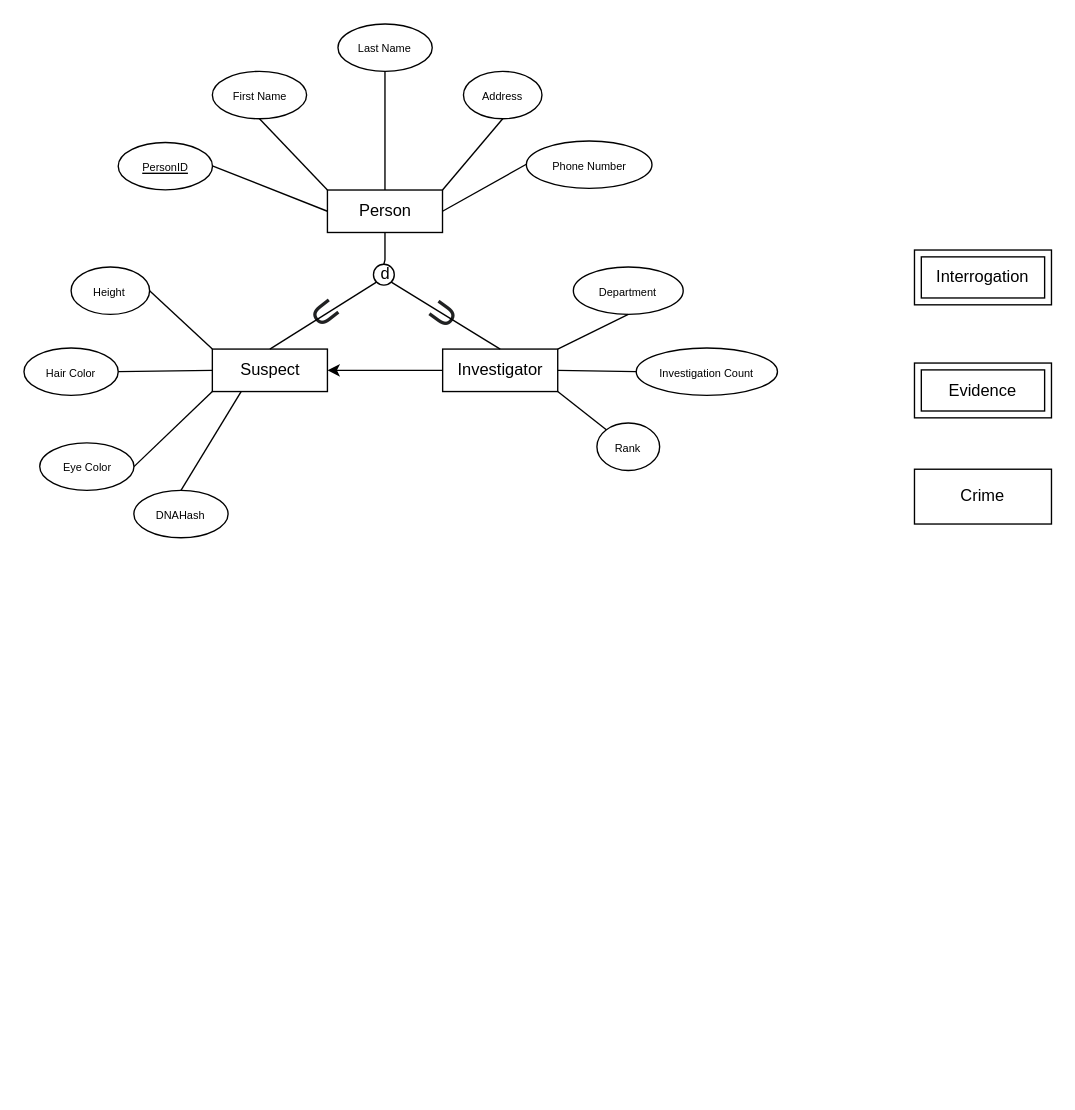
Raj-770/CrimeTrack keeps this draw.io diagram as Untitled Diagram.drawio. Above is the earlier version. Source tidied: cells renumbered, new cells numbered last; positions are measured from the earlier drawing's top-left corner, leaving out a move shared by most shapes. Both pictures are drawn from the tidied source at 137%, with x=0, y=0 at pixel (23, 23).
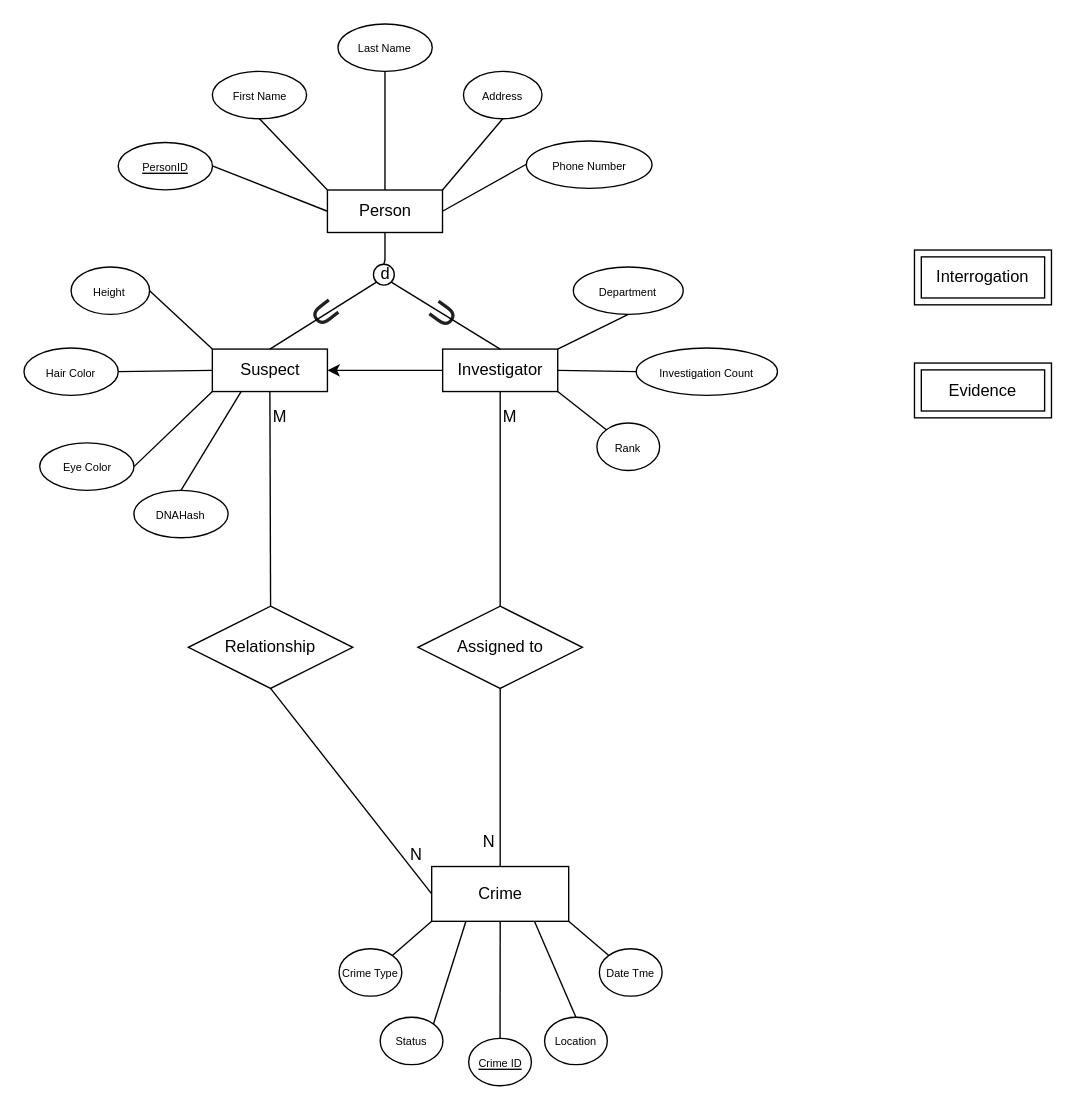
The same page after the edit.

Commit message:
Added attributes and relations to crime

Unchanged cells that the change refers to:
```xml
<mxCell id="32" value="Suspect" style="whiteSpace=wrap;html=1;align=center;" parent="5" vertex="1">
  <mxGeometry x="137.5" y="237.3" width="84" height="31" as="geometry" />
</mxCell>
<mxCell id="34" value="Investigator" style="whiteSpace=wrap;html=1;align=center;" parent="5" vertex="1">
  <mxGeometry x="305.6" y="237.3" width="84" height="31" as="geometry" />
</mxCell>
```

Diff of the diagram source:
```diff
@@
     <mxCell id="2" value="Crime" style="whiteSpace=wrap;html=1;align=center;" parent="1" vertex="1">
-      <mxGeometry x="650" y="325" width="100" height="40" as="geometry" />
+      <mxGeometry x="297.6" y="615" width="100" height="40" as="geometry" />
     </mxCell>
@@
+    <mxCell id="41" style="endArrow=none;html=1;rounded=0;exitX=0.5;exitY=1;exitDx=0;exitDy=0;entryX=0.5;entryY=0;entryDx=0;entryDy=0;" parent="1" edge="1" source="46" target="2">
+      <mxGeometry relative="1" as="geometry" />
+    </mxCell>
+    <mxCell id="42" value="N" style="html=1;whiteSpace=wrap;align=right;verticalAlign=bottom;" parent="41" vertex="1">
+      <mxGeometry x="1" relative="1" as="geometry">
+        <mxPoint x="-3" y="-10" as="offset" />
+      </mxGeometry>
+    </mxCell>
     <mxCell id="5" style="group;" parent="1" vertex="1">
-      <mxGeometry width="550" height="375" as="geometry" />
+      <mxGeometry width="550" height="405" as="geometry" />
     </mxCell>
@@
+    <mxCell id="43" value="Relationship" style="shape=rhombus;perimeter=rhombusPerimeter;whiteSpace=wrap;html=1;align=center;" parent="1" vertex="1">
+      <mxGeometry x="120" y="425" width="120" height="60" as="geometry" />
+    </mxCell>
+    <mxCell id="44" style="endArrow=none;html=1;rounded=0;exitX=0.5;exitY=1;exitDx=0;exitDy=0;entryX=0.5;entryY=0;entryDx=0;entryDy=0;" parent="1" edge="1" source="34" target="46">
+      <mxGeometry relative="1" as="geometry" />
+    </mxCell>
+    <mxCell id="45" value="M" style="html=1;whiteSpace=wrap;align=left;verticalAlign=bottom;" parent="44" vertex="1">
+      <mxGeometry x="-1" relative="1" as="geometry">
+        <mxPoint y="27" as="offset" />
+      </mxGeometry>
+    </mxCell>
+    <mxCell id="46" value="Assigned to" style="shape=rhombus;perimeter=rhombusPerimeter;whiteSpace=wrap;html=1;align=center;" parent="1" vertex="1">
+      <mxGeometry x="287.6" y="425" width="120" height="60" as="geometry" />
+    </mxCell>
+    <mxCell id="47" style="endArrow=none;html=1;rounded=0;entryX=0;entryY=0.5;entryDx=0;entryDy=0;exitX=0.5;exitY=1;exitDx=0;exitDy=0;" parent="1" edge="1" source="43" target="2">
+      <mxGeometry relative="1" as="geometry" />
+    </mxCell>
+    <mxCell id="48" value="N" style="html=1;whiteSpace=wrap;align=right;verticalAlign=bottom;" parent="47" vertex="1">
+      <mxGeometry x="1" relative="1" as="geometry">
+        <mxPoint x="-6" y="-20" as="offset" />
+      </mxGeometry>
+    </mxCell>
+    <mxCell id="49" style="endArrow=none;html=1;rounded=0;exitX=0.5;exitY=1;exitDx=0;exitDy=0;entryX=0.5;entryY=0;entryDx=0;entryDy=0;" parent="1" edge="1" source="32" target="43">
+      <mxGeometry relative="1" as="geometry" />
+    </mxCell>
+    <mxCell id="50" value="M" style="html=1;whiteSpace=wrap;align=left;verticalAlign=bottom;" parent="49" vertex="1">
+      <mxGeometry x="-1" relative="1" as="geometry">
+        <mxPoint y="27" as="offset" />
+      </mxGeometry>
+    </mxCell>
+    <mxCell id="51" value="&lt;span style=&quot;font-size: 8px;&quot;&gt;&lt;u&gt;Crime ID&lt;/u&gt;&lt;/span&gt;" style="ellipse;whiteSpace=wrap;html=1;align=center;" parent="1" vertex="1">
+      <mxGeometry x="324.6" y="740.4" width="45.8" height="34.6" as="geometry" />
+    </mxCell>
+    <mxCell id="52" value="&lt;span style=&quot;font-size: 8px;&quot;&gt;Status&lt;/span&gt;" style="ellipse;whiteSpace=wrap;html=1;align=center;" parent="1" vertex="1">
+      <mxGeometry x="260" y="725" width="45.8" height="34.6" as="geometry" />
+    </mxCell>
+    <mxCell id="53" value="&lt;span style=&quot;font-size: 8px;&quot;&gt;Date Tme&lt;/span&gt;" style="ellipse;whiteSpace=wrap;html=1;align=center;" parent="1" vertex="1">
+      <mxGeometry x="420" y="675" width="45.8" height="34.6" as="geometry" />
+    </mxCell>
+    <mxCell id="54" value="&lt;span style=&quot;font-size: 8px;&quot;&gt;Crime Type&lt;/span&gt;" style="ellipse;whiteSpace=wrap;html=1;align=center;" parent="1" vertex="1">
+      <mxGeometry x="230" y="675" width="45.8" height="34.6" as="geometry" />
+    </mxCell>
+    <mxCell id="55" value="&lt;span style=&quot;font-size: 8px;&quot;&gt;Location&lt;/span&gt;" style="ellipse;whiteSpace=wrap;html=1;align=center;" parent="1" vertex="1">
+      <mxGeometry x="380" y="725" width="45.8" height="34.6" as="geometry" />
+    </mxCell>
+    <mxCell id="56" style="endArrow=none;html=1;rounded=0;exitX=0;exitY=0;exitDx=0;exitDy=0;entryX=1;entryY=1;entryDx=0;entryDy=0;" parent="1" edge="1" source="53" target="2">
+      <mxGeometry relative="1" as="geometry" />
+    </mxCell>
+    <mxCell id="57" style="endArrow=none;html=1;rounded=0;exitX=0.5;exitY=0;exitDx=0;exitDy=0;entryX=0.75;entryY=1;entryDx=0;entryDy=0;" parent="1" edge="1" source="55" target="2">
+      <mxGeometry relative="1" as="geometry" />
+    </mxCell>
+    <mxCell id="58" style="endArrow=none;html=1;rounded=0;exitX=0.5;exitY=0;exitDx=0;exitDy=0;entryX=0.5;entryY=1;entryDx=0;entryDy=0;" parent="1" edge="1" source="51" target="2">
+      <mxGeometry relative="1" as="geometry" />
+    </mxCell>
+    <mxCell id="59" style="endArrow=none;html=1;rounded=0;exitX=1;exitY=0;exitDx=0;exitDy=0;entryX=0.25;entryY=1;entryDx=0;entryDy=0;" parent="1" edge="1" source="52" target="2">
+      <mxGeometry relative="1" as="geometry" />
+    </mxCell>
+    <mxCell id="60" style="endArrow=none;html=1;rounded=0;exitX=1;exitY=0;exitDx=0;exitDy=0;entryX=0;entryY=1;entryDx=0;entryDy=0;" parent="1" edge="1" source="54" target="2">
+      <mxGeometry relative="1" as="geometry" />
+    </mxCell>
```
